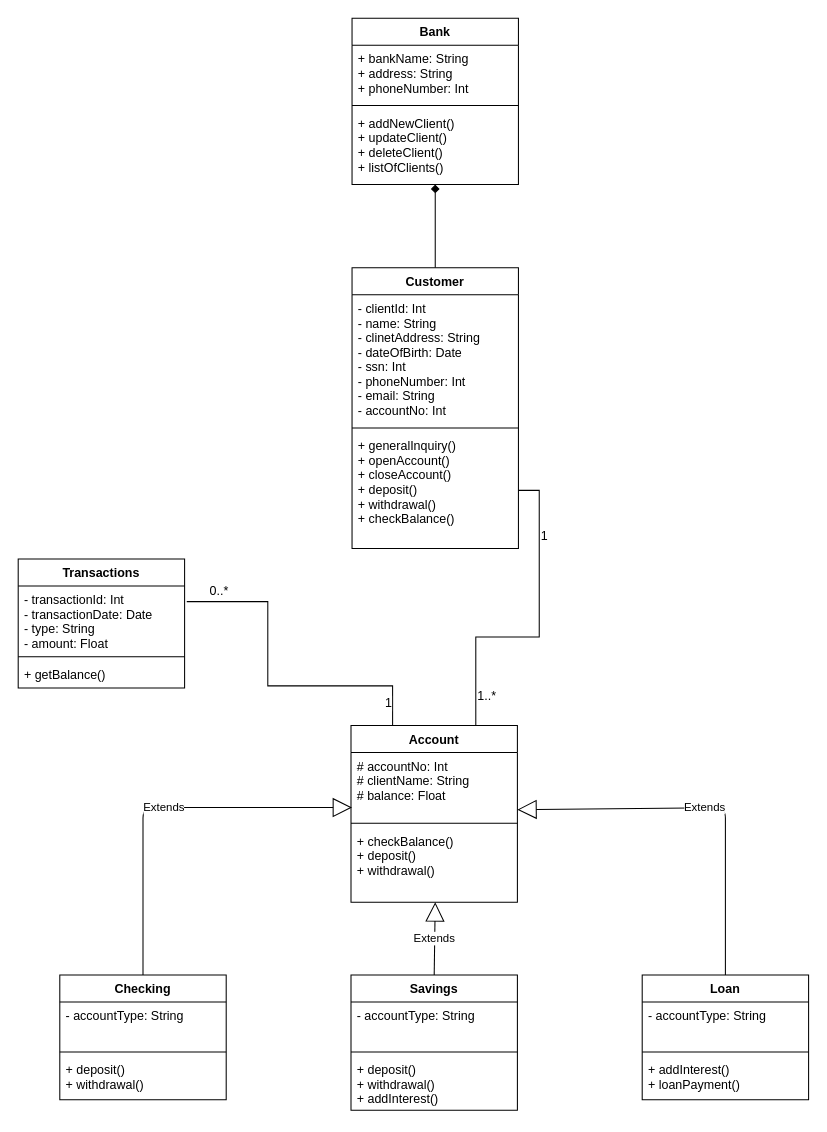
The draw.io diagram UML/Pet_Project_UML.drawio in Len-X/Pet_Project-Virtual_Bank, before the edit. Source tidied: cells renumbered, new cells numbered last; positions are measured from the earlier drawing's top-left corner, leaving out a move shared by most shapes. Both pictures are drawn from the tidied source at 104%, with x=0, y=0 at pixel (18, 18).
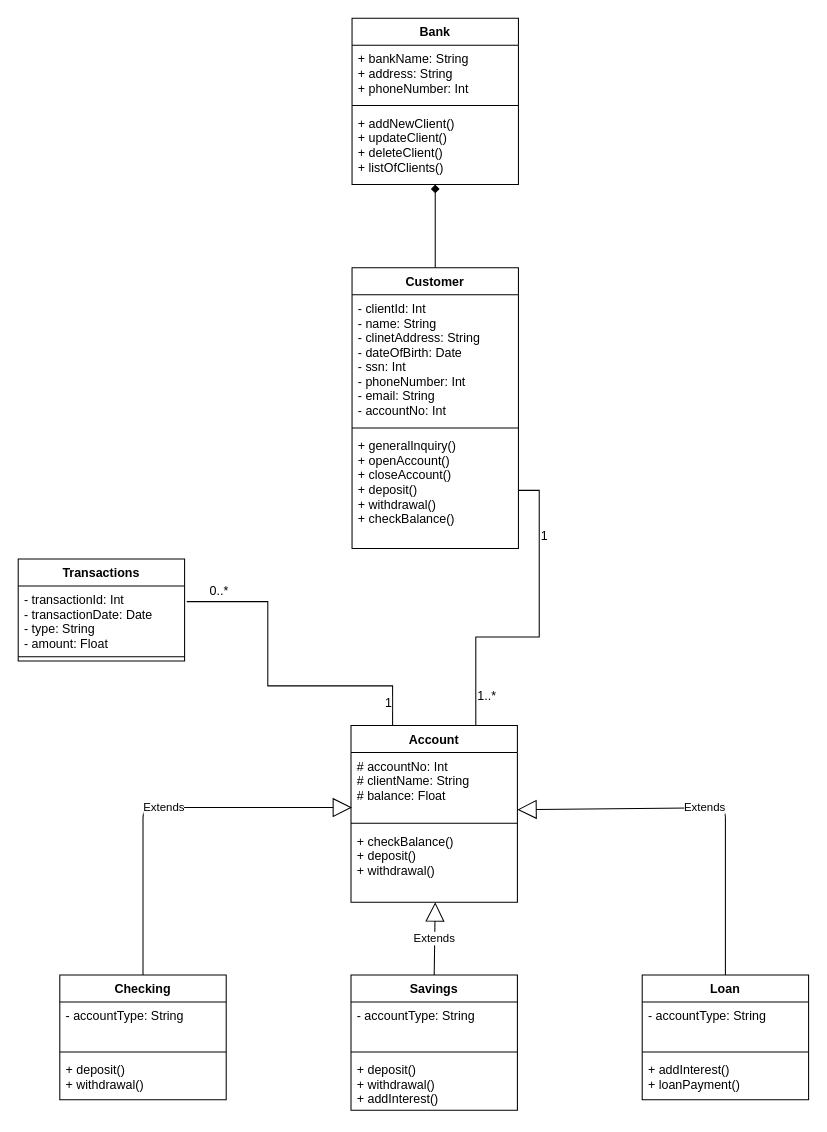
Above is the later version.

Change to the diagram source:
```diff
@@
     <mxCell id="19" value="Transactions" style="swimlane;fontStyle=1;align=center;verticalAlign=top;horizontal=1;startSize=26;" parent="1" vertex="1">
-      <mxGeometry y="520" width="160" height="124" as="geometry" />
+      <mxGeometry y="520" width="160" height="98" as="geometry" />
     </mxCell>
@@
-    <mxCell id="22" value="+ getBalance()" style="text;strokeColor=none;fillColor=none;align=left;verticalAlign=top;spacingLeft=4;spacingRight=4;overflow=hidden;" parent="19" vertex="1">
-      <mxGeometry y="98" width="160" height="26" as="geometry" />
-    </mxCell>
```
